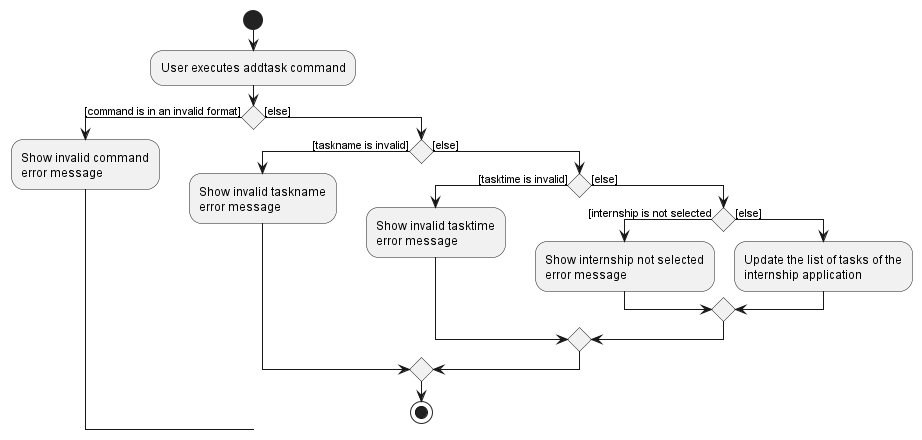
nus-cs2103-AY2223S1/tp keeps this PlantUML diagram as docs/images/AddTaskActivityDiagram.png. Above is the earlier version.
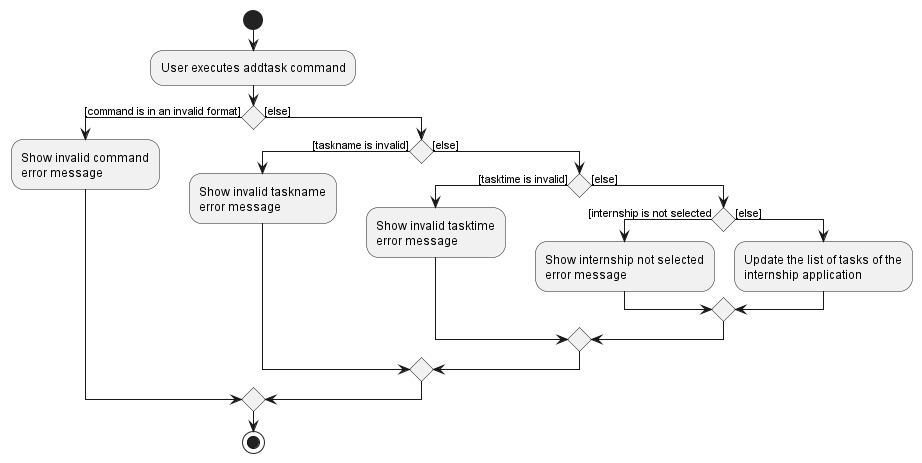
After the change.

Commit message:
Update add task activity diagram

Change to the diagram source:
```diff
@@ -22,9 +22,10 @@
             :Show internship not selected
             error message;
 
-        else ([else])
-        :Update the list of tasks of the
-        internship application;
+            else ([else])
+            :Update the list of tasks of the
+            internship application;
+            endif
         endif
     endif
 endif
```
